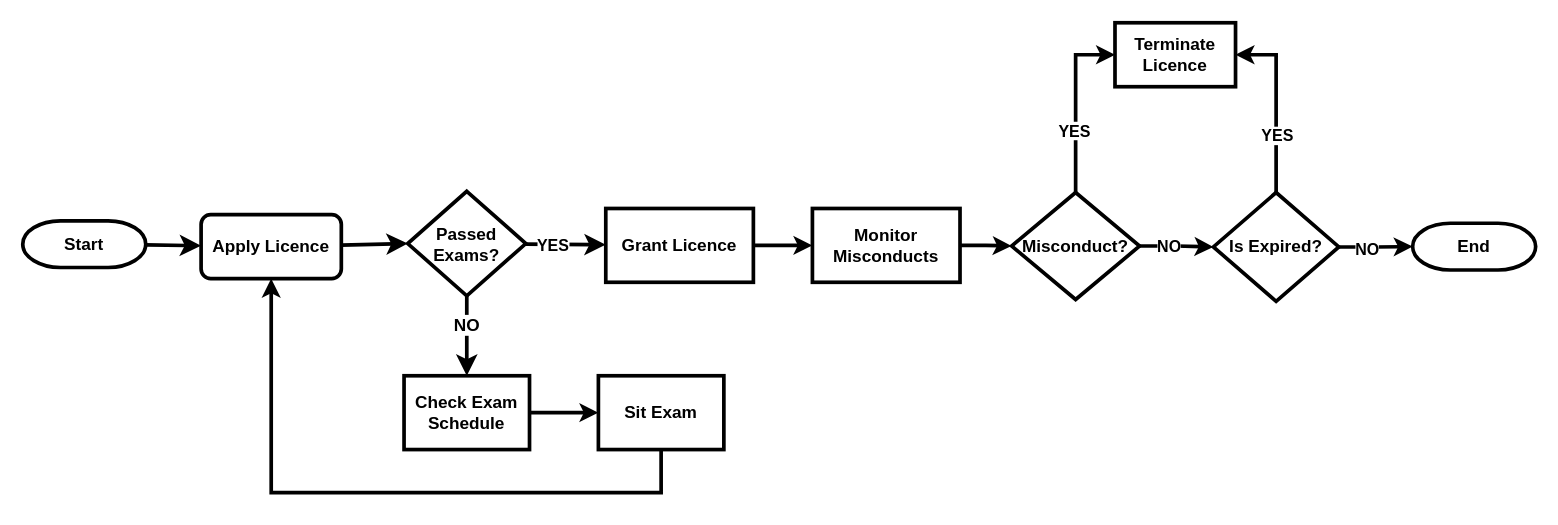
Above: page "PHLicencing" (3 of 10) of TourismHunting/Tourism_Hunting_Flow.drawio in MbalamulaS/portal2-diagram (draw.io), before the change. Source tidied: cells renumbered, new cells numbered last; positions are measured from the earlier drawing's top-left corner, leaving out a move shared by most shapes. Both pictures are drawn from the tidied source at 123%, with x=0, y=0 at pixel (22, 22).
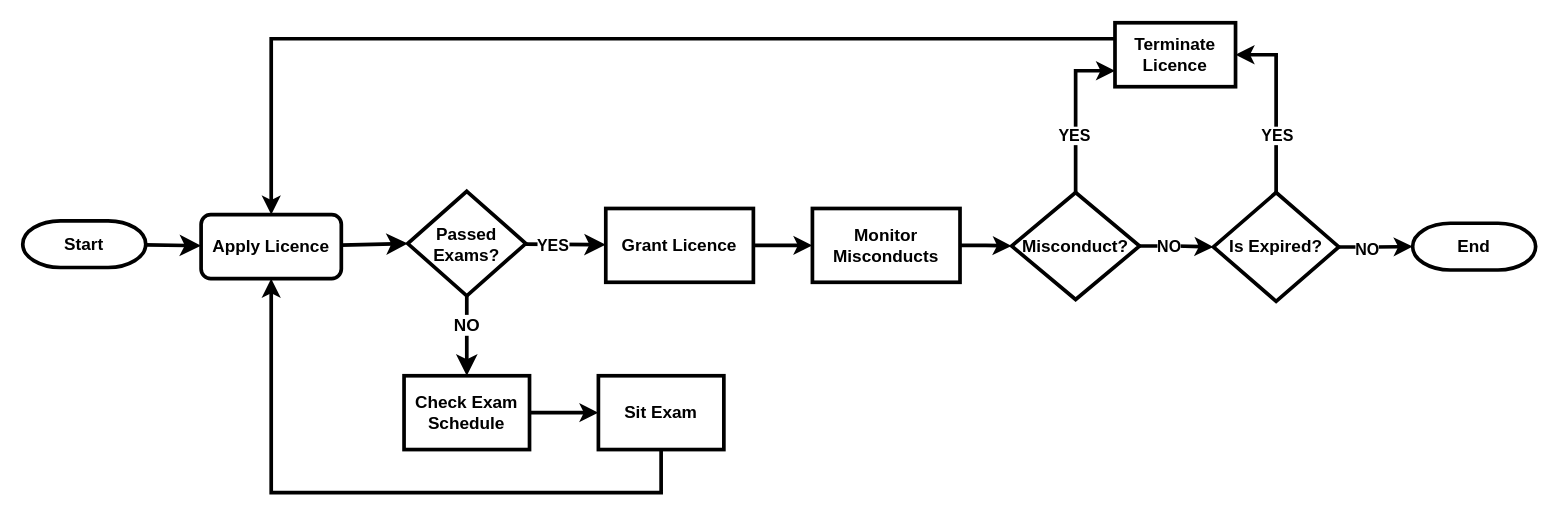
Above is the later version.

Unchanged cells that the change refers to:
```xml
<mxCell id="6" value="Apply Licence" style="rounded=1;whiteSpace=wrap;html=1;fontSize=14;fontStyle=1;strokeWidth=3;" parent="1" vertex="1">
  <mxGeometry x="145" y="156" width="114" height="52" as="geometry" />
</mxCell>
<mxCell id="24" value="Misconduct?" style="rhombus;whiteSpace=wrap;html=1;fontSize=14;fontStyle=1;strokeWidth=3;" parent="1" vertex="1">
  <mxGeometry x="804" y="138" width="104" height="87" as="geometry" />
</mxCell>
<mxCell id="25" value="Terminate Licence" style="whiteSpace=wrap;html=1;fontSize=14;fontStyle=1;strokeWidth=3;" parent="1" vertex="1">
  <mxGeometry x="888" width="98" height="52" as="geometry" />
</mxCell>
```

Diff of the diagram source:
```diff
@@
-    <mxCell id="20" style="edgeStyle=orthogonalEdgeStyle;rounded=0;jettySize=auto;html=1;strokeWidth=3;entryX=0;entryY=0.5;entryDx=0;entryDy=0;" parent="1" edge="1" source="24" target="25">
+    <mxCell id="20" style="edgeStyle=orthogonalEdgeStyle;rounded=0;jettySize=auto;html=1;strokeWidth=3;entryX=0;entryY=0.75;entryDx=0;entryDy=0;" parent="1" edge="1" source="24" target="25">
       <mxGeometry relative="1" as="geometry" />
     </mxCell>
@@
+    <mxCell id="31" style="edgeStyle=orthogonalEdgeStyle;rounded=0;jettySize=auto;html=1;strokeWidth=3;entryX=0.5;entryY=0;entryDx=0;entryDy=0;exitX=0;exitY=0.25;exitDx=0;exitDy=0;" parent="1" edge="1" source="25" target="6">
+      <mxGeometry relative="1" as="geometry">
+        <Array as="points">
+          <mxPoint x="202" y="13" />
+        </Array>
+      </mxGeometry>
+    </mxCell>
```
